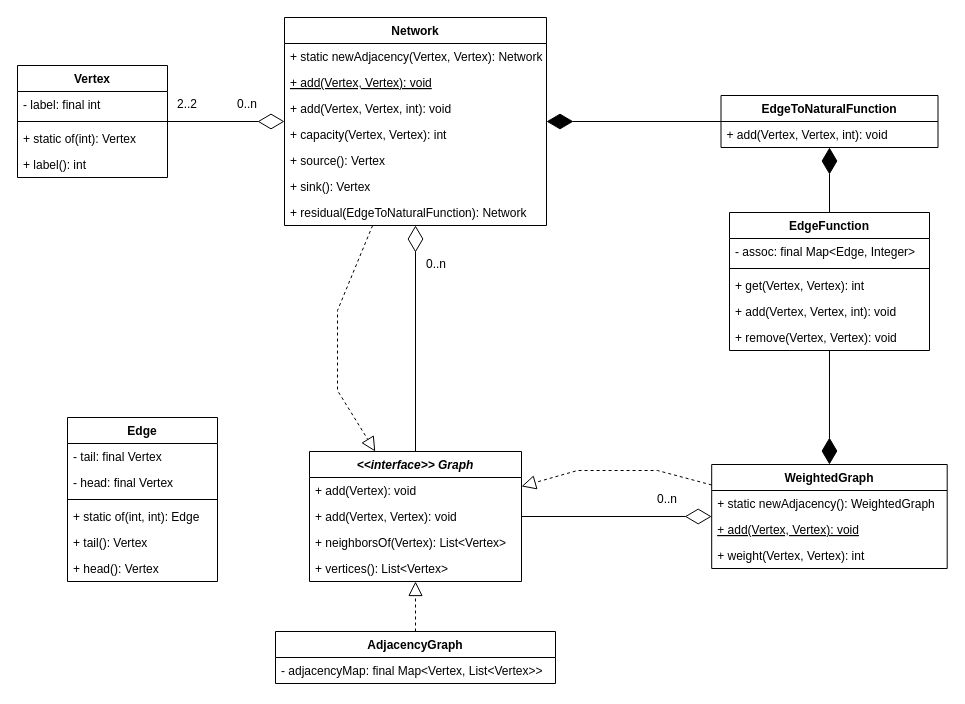
This is docs/graph.drawio from mgmu/jraf, a draw.io file, before an edit. Source tidied: cells renumbered, new cells numbered last; positions are measured from the earlier drawing's top-left corner, leaving out a move shared by most shapes. Both pictures are drawn from the tidied source at 100%, with x=0, y=0 at pixel (17, 17).
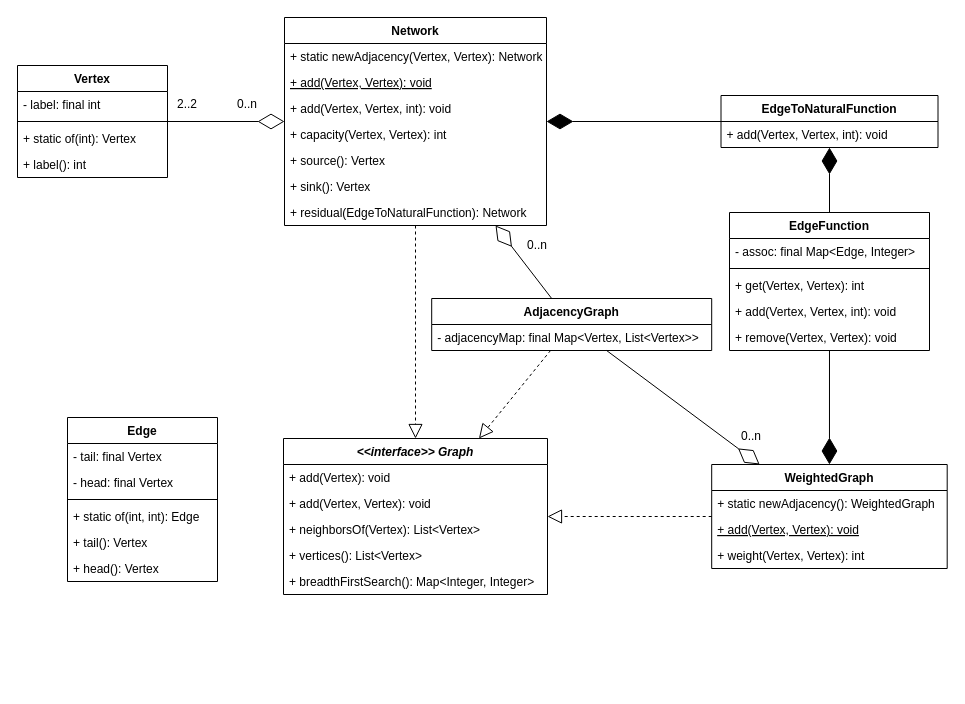
The same page after the edit.

Unchanged cells that the change refers to:
```xml
<mxCell id="21" value="WeightedGraph" style="swimlane;fontStyle=1;align=center;verticalAlign=top;horizontal=1;startSize=26;" parent="1" vertex="1">
  <mxGeometry x="694.2" y="447" width="235.5" height="104" as="geometry" />
</mxCell>
<mxCell id="35" value="Network" style="swimlane;fontStyle=1;align=center;verticalAlign=top;horizontal=1;startSize=26;" parent="1" vertex="1">
  <mxGeometry x="267" width="262" height="208" as="geometry" />
</mxCell>
```

What changed in the source:
```diff
@@
     <mxCell id="2" value="&lt;&lt;interface&gt;&gt; Graph" style="swimlane;fontStyle=3;align=center;verticalAlign=top;horizontal=1;startSize=26;" parent="1" vertex="1">
-      <mxGeometry x="292" y="434" width="212" height="130" as="geometry" />
+      <mxGeometry x="266" y="421" width="264" height="156" as="geometry" />
     </mxCell>
     <mxCell id="3" value="+ add(Vertex): void" style="text;strokeColor=none;fillColor=none;align=left;verticalAlign=top;spacingLeft=4;spacingRight=4;overflow=hidden;" parent="2" vertex="1">
-      <mxGeometry y="26" width="212" height="26" as="geometry" />
+      <mxGeometry y="26" width="264" height="26" as="geometry" />
     </mxCell>
     <mxCell id="4" value="+ add(Vertex, Vertex): void" style="text;strokeColor=none;fillColor=none;align=left;verticalAlign=top;spacingLeft=4;spacingRight=4;overflow=hidden;" parent="2" vertex="1">
-      <mxGeometry y="52" width="212" height="26" as="geometry" />
+      <mxGeometry y="52" width="264" height="26" as="geometry" />
     </mxCell>
     <mxCell id="5" value="+ neighborsOf(Vertex): List&lt;Vertex&gt;" style="text;strokeColor=none;fillColor=none;align=left;verticalAlign=top;spacingLeft=4;spacingRight=4;overflow=hidden;" parent="2" vertex="1">
-      <mxGeometry y="78" width="212" height="26" as="geometry" />
+      <mxGeometry y="78" width="264" height="26" as="geometry" />
     </mxCell>
+    <mxCell id="54" value="+ vertices(): List&lt;Vertex&gt;" style="text;strokeColor=none;fillColor=none;align=left;verticalAlign=top;spacingLeft=4;spacingRight=4;overflow=hidden;" parent="2" vertex="1">
+      <mxGeometry y="104" width="264" height="26" as="geometry" />
+    </mxCell>
-    <mxCell id="6" value="+ vertices(): List&lt;Vertex&gt;" style="text;strokeColor=none;fillColor=none;align=left;verticalAlign=top;spacingLeft=4;spacingRight=4;overflow=hidden;" parent="2" vertex="1">
-      <mxGeometry y="104" width="212" height="26" as="geometry" />
+    <mxCell id="6" value="+ breadthFirstSearch(): Map&lt;Integer, Integer&gt;" style="text;strokeColor=none;fillColor=none;align=left;verticalAlign=top;spacingLeft=4;spacingRight=4;overflow=hidden;" parent="2" vertex="1">
+      <mxGeometry y="130" width="264" height="26" as="geometry" />
     </mxCell>
     <mxCell id="7" value="AdjacencyGraph" style="swimlane;fontStyle=1;align=center;verticalAlign=top;horizontal=1;startSize=26;" parent="1" vertex="1">
-      <mxGeometry x="258" y="614" width="280" height="52" as="geometry" />
+      <mxGeometry x="414.2" y="281" width="280" height="52" as="geometry" />
     </mxCell>
@@
-    <mxCell id="25" style="endArrow=diamondThin;endFill=0;endSize=24;html=1;rounded=0;" parent="1" edge="1" source="2" target="21">
+    <mxCell id="25" style="endArrow=diamondThin;endFill=0;endSize=24;html=1;rounded=0;" parent="1" edge="1" source="7" target="21">
       <mxGeometry relative="1" as="geometry" />
     </mxCell>
     <mxCell id="26" value="0..n" style="text;html=1;strokeColor=none;fillColor=none;align=center;verticalAlign=middle;whiteSpace=wrap;rounded=0;" parent="1" vertex="1">
-      <mxGeometry x="620" y="467" width="60" height="30" as="geometry" />
+      <mxGeometry x="703.5" y="404" width="60" height="30" as="geometry" />
     </mxCell>
@@
-    <mxCell id="43" style="endArrow=diamondThin;endFill=0;endSize=24;html=1;rounded=0;" parent="1" edge="1" source="2" target="35">
+    <mxCell id="43" style="endArrow=diamondThin;endFill=0;endSize=24;html=1;rounded=0;" parent="1" edge="1" source="7" target="35">
       <mxGeometry relative="1" as="geometry" />
     </mxCell>
     <mxCell id="44" value="0..n" style="text;html=1;strokeColor=none;fillColor=none;align=center;verticalAlign=middle;whiteSpace=wrap;rounded=0;" parent="1" vertex="1">
-      <mxGeometry x="389" y="232" width="60" height="30" as="geometry" />
+      <mxGeometry x="490" y="213" width="60" height="30" as="geometry" />
     </mxCell>
@@
     <mxCell id="52" style="endArrow=block;dashed=1;endFill=0;endSize=12;html=1;rounded=0;" parent="1" edge="1" source="35" target="2">
-      <mxGeometry relative="1" as="geometry">
-        <Array as="points">
-          <mxPoint x="320" y="293" />
-          <mxPoint x="320" y="373" />
-        </Array>
-      </mxGeometry>
+      <mxGeometry relative="1" as="geometry" />
     </mxCell>
     <mxCell id="53" style="endArrow=block;dashed=1;endFill=0;endSize=12;html=1;rounded=0;" parent="1" edge="1" source="21" target="2">
-      <mxGeometry relative="1" as="geometry">
-        <Array as="points">
-          <mxPoint x="640" y="453" />
-          <mxPoint x="560" y="453" />
-        </Array>
-      </mxGeometry>
+      <mxGeometry relative="1" as="geometry" />
     </mxCell>
```
